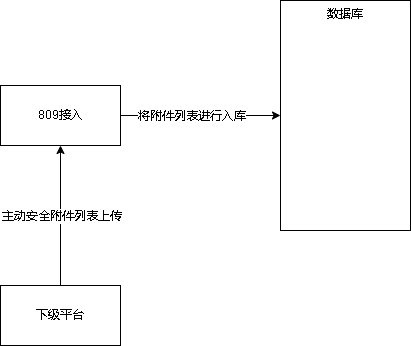
The draw.io diagram 809上传附件列表支持下载.drawio.png in xktder/draw, before a commit. Source tidied: cells renumbered, new cells last; positions are measured from the earlier drawing's top-left corner, leaving out a move shared by most shapes. The source it was exported from:
```xml
<mxGraphModel>
  <root>
    <mxCell id="0" />
    <mxCell id="1" parent="0" />
    <mxCell id="2" style="edgeStyle=orthogonalEdgeStyle;rounded=0;jettySize=auto;html=1;" parent="1" edge="1" source="4" target="8">
      <mxGeometry relative="1" as="geometry" />
    </mxCell>
    <mxCell id="3" value="将附件列表进行入库" style="edgeLabel;html=1;align=center;verticalAlign=middle;" parent="2" vertex="1">
      <mxGeometry x="-0.22" y="-1" relative="1" as="geometry">
        <mxPoint x="7" y="-1" as="offset" />
      </mxGeometry>
    </mxCell>
    <mxCell id="4" value="809接入" style="rounded=0;whiteSpace=wrap;html=1;" parent="1" vertex="1">
      <mxGeometry y="85" width="120" height="60" as="geometry" />
    </mxCell>
    <mxCell id="5" style="edgeStyle=orthogonalEdgeStyle;rounded=0;jettySize=auto;html=1;exitX=0.5;exitY=0;exitDx=0;exitDy=0;" parent="1" edge="1" source="7" target="4">
      <mxGeometry relative="1" as="geometry" />
    </mxCell>
    <mxCell id="6" value="主动安全附件列表上传" style="edgeLabel;html=1;align=center;verticalAlign=middle;" parent="5" vertex="1">
      <mxGeometry x="-0.19" y="-1" relative="1" as="geometry">
        <mxPoint x="-1" y="-13" as="offset" />
      </mxGeometry>
    </mxCell>
    <mxCell id="7" value="下级平台" style="rounded=0;whiteSpace=wrap;html=1;" parent="1" vertex="1">
      <mxGeometry y="285" width="120" height="60" as="geometry" />
    </mxCell>
    <mxCell id="8" value="数据库" style="rounded=0;whiteSpace=wrap;html=1;verticalAlign=top;" parent="1" vertex="1">
      <mxGeometry x="280" width="130" height="230" as="geometry" />
    </mxCell>
  </root>
</mxGraphModel>
```
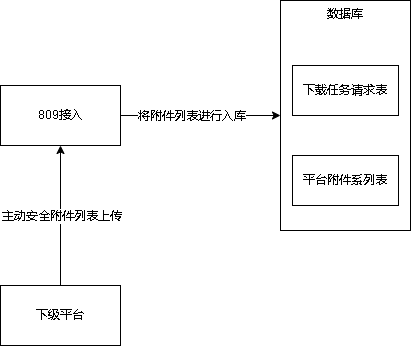
The same file after the commit.

Commit message:
更新809上传附件列表支持下载.drawio.png

Change to the diagram source:
```diff
@@ -27,5 +27,11 @@
     <mxCell id="8" value="数据库" style="rounded=0;whiteSpace=wrap;html=1;verticalAlign=top;" parent="1" vertex="1">
       <mxGeometry x="280" width="130" height="230" as="geometry" />
     </mxCell>
+    <mxCell id="9" value="下载任务请求表" style="rounded=0;whiteSpace=wrap;html=1;" parent="1" vertex="1">
+      <mxGeometry x="292" y="65" width="106" height="50" as="geometry" />
+    </mxCell>
+    <mxCell id="10" value="平台附件系列表" style="rounded=0;whiteSpace=wrap;html=1;" parent="1" vertex="1">
+      <mxGeometry x="292" y="155" width="106" height="50" as="geometry" />
+    </mxCell>
   </root>
 </mxGraphModel>
```
